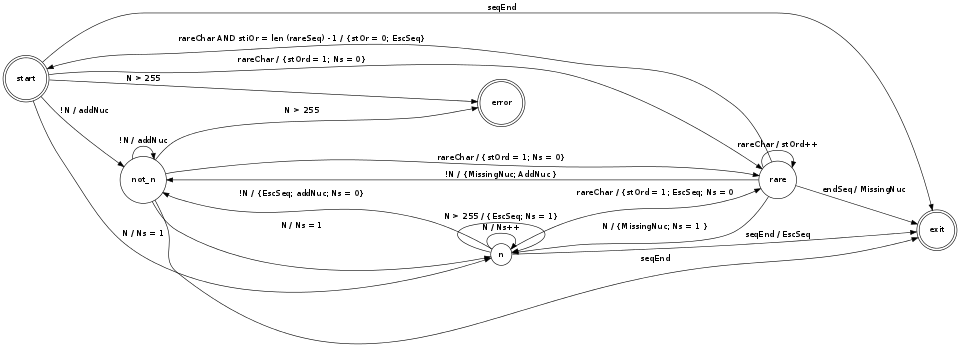
Before: doc/compressing_fsm.png, a diagram exported from Graphviz (lboquillon/nuca). Its source is kept beside it as doc/compressing_fsm.dot.
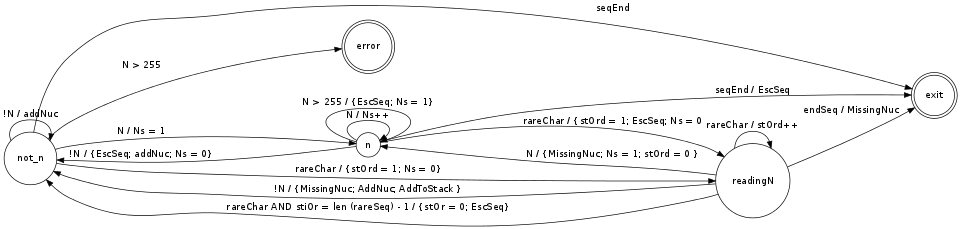
The same file after the commit.

What changed in the source:
```diff
@@ -1,26 +1,21 @@
 digraph compressing_fsm {
 	rankdir = LR;
 	size="10"
-	node [shape = doublecircle]; start exit error;
+	node [shape = doublecircle]; exit error;
 	node [shape = circle];
-	start -> not_n [ label = "!N / addNuc" ];
-	start -> n [label = "N / Ns = 1" ];
-	start -> rare [label = "rareChar / {stOrd = 1; Ns = 0}"]
-	start -> exit [label = "seqEnd"];
-	start -> error [label = "N > 255"];
 	not_n -> n [label = "N / Ns = 1"];
 	not_n -> not_n [label = "!N / addNuc"];
-	not_n -> rare [label = "rareChar / {stOrd = 1; Ns = 0}"];
+	not_n -> readingN [label = "rareChar / {stOrd = 1; Ns = 0}"];
 	not_n -> exit [label = "seqEnd"];
 	not_n -> error [label = "N > 255"];
 	n -> not_n [label = "!N / {EscSeq; addNuc; Ns = 0}"];
 	n -> n [label= "N / Ns++"];
 	n -> n [label= "N > 255 / {EscSeq; Ns = 1}"];
-	n -> rare [label = "rareChar / {stOrd = 1; EscSeq; Ns = 0"];
+	n -> readingN [label = "rareChar / {stOrd = 1; EscSeq; Ns = 0"];
 	n -> exit [label = "seqEnd / EscSeq"];
-	rare -> not_n [label = "!N / {MissingNuc; AddNuc }"];
-	rare -> n [label = "N / {MissingNuc; Ns = 1 }"];
-	rare -> exit [label = "endSeq / MissingNuc"];
-	rare -> rare [label = "rareChar / stOrd++"];
-	rare -> start [label = "rareChar AND stiOr = len (rareSeq) - 1 / {stOr = 0; EscSeq}"];
+	readingN -> not_n [label = "!N / {MissingNuc; AddNuc; AddToStack }"];
+	readingN -> n [label = "N / {MissingNuc; Ns = 1; stOrd = 0 }"];
+	readingN -> exit [label = "endSeq / MissingNuc"];
+	readingN -> readingN [label = "rareChar / stOrd++"];
+	readingN -> not_n [label = "rareChar AND stiOr = len (rareSeq) - 1 / {stOr = 0; EscSeq}"];
 }
```
